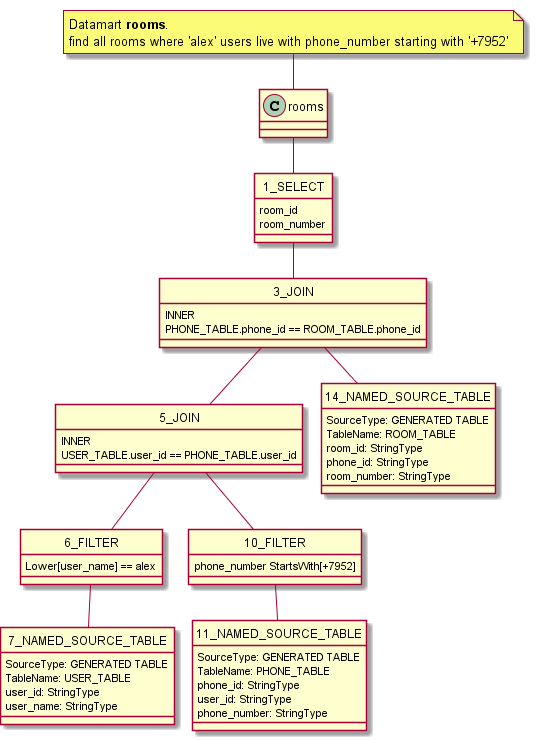
The PlantUML diagram examples/rooms.png in keks51/spark_plan_as_uml, before a commit.
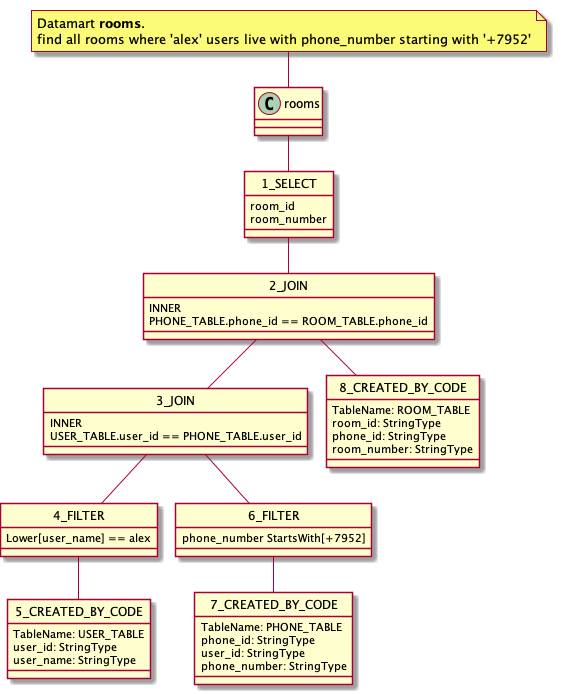
Later version of the same file.

Diff of the diagram source:
```diff
@@ -10,60 +10,57 @@
 }
 hide 1_SELECT circle
 
-class 3_JOIN <<(E,ortho)>> {
+class 2_JOIN <<(E,ortho)>> {
 INNER
 PHONE_TABLE.phone_id == ROOM_TABLE.phone_id
 }
-hide 3_JOIN circle
+hide 2_JOIN circle
 
-class 5_JOIN <<(E,ortho)>> {
+class 3_JOIN <<(E,ortho)>> {
 INNER
 USER_TABLE.user_id == PHONE_TABLE.user_id
 }
-hide 5_JOIN circle
+hide 3_JOIN circle
 
-class 6_FILTER <<(E,ortho)>> {
+class 4_FILTER <<(E,ortho)>> {
 Lower[user_name] == alex
 }
-hide 6_FILTER circle
+hide 4_FILTER circle
 
-class 7_NAMED_SOURCE_TABLE <<(E,ortho)>> {
-SourceType: GENERATED TABLE
+class 5_CREATED_BY_CODE <<(E,ortho)>> {
 TableName: USER_TABLE
 user_id: StringType
 user_name: StringType
 }
-hide 7_NAMED_SOURCE_TABLE circle
+hide 5_CREATED_BY_CODE circle
 
-class 10_FILTER <<(E,ortho)>> {
+class 6_FILTER <<(E,ortho)>> {
 phone_number StartsWith[+7952]
 }
-hide 10_FILTER circle
+hide 6_FILTER circle
 
-class 11_NAMED_SOURCE_TABLE <<(E,ortho)>> {
-SourceType: GENERATED TABLE
+class 7_CREATED_BY_CODE <<(E,ortho)>> {
 TableName: PHONE_TABLE
 phone_id: StringType
 user_id: StringType
 phone_number: StringType
 }
-hide 11_NAMED_SOURCE_TABLE circle
+hide 7_CREATED_BY_CODE circle
 
-class 14_NAMED_SOURCE_TABLE <<(E,ortho)>> {
-SourceType: GENERATED TABLE
+class 8_CREATED_BY_CODE <<(E,ortho)>> {
 TableName: ROOM_TABLE
 room_id: StringType
 phone_id: StringType
 room_number: StringType
 }
-hide 14_NAMED_SOURCE_TABLE circle
+hide 8_CREATED_BY_CODE circle
 
 rooms||--|| 1_SELECT
-1_SELECT||--|| 3_JOIN
-3_JOIN ||--|| 5_JOIN
-3_JOIN ||--|| 14_NAMED_SOURCE_TABLE
-5_JOIN ||--|| 6_FILTER
-5_JOIN ||--|| 10_FILTER
-6_FILTER ||--|| 7_NAMED_SOURCE_TABLE
-10_FILTER ||--|| 11_NAMED_SOURCE_TABLE
+1_SELECT||--|| 2_JOIN
+2_JOIN ||--|| 3_JOIN
+2_JOIN ||--|| 8_CREATED_BY_CODE
+3_JOIN ||--|| 4_FILTER
+3_JOIN ||--|| 6_FILTER
+4_FILTER ||--|| 5_CREATED_BY_CODE
+6_FILTER ||--|| 7_CREATED_BY_CODE
 @enduml
```
